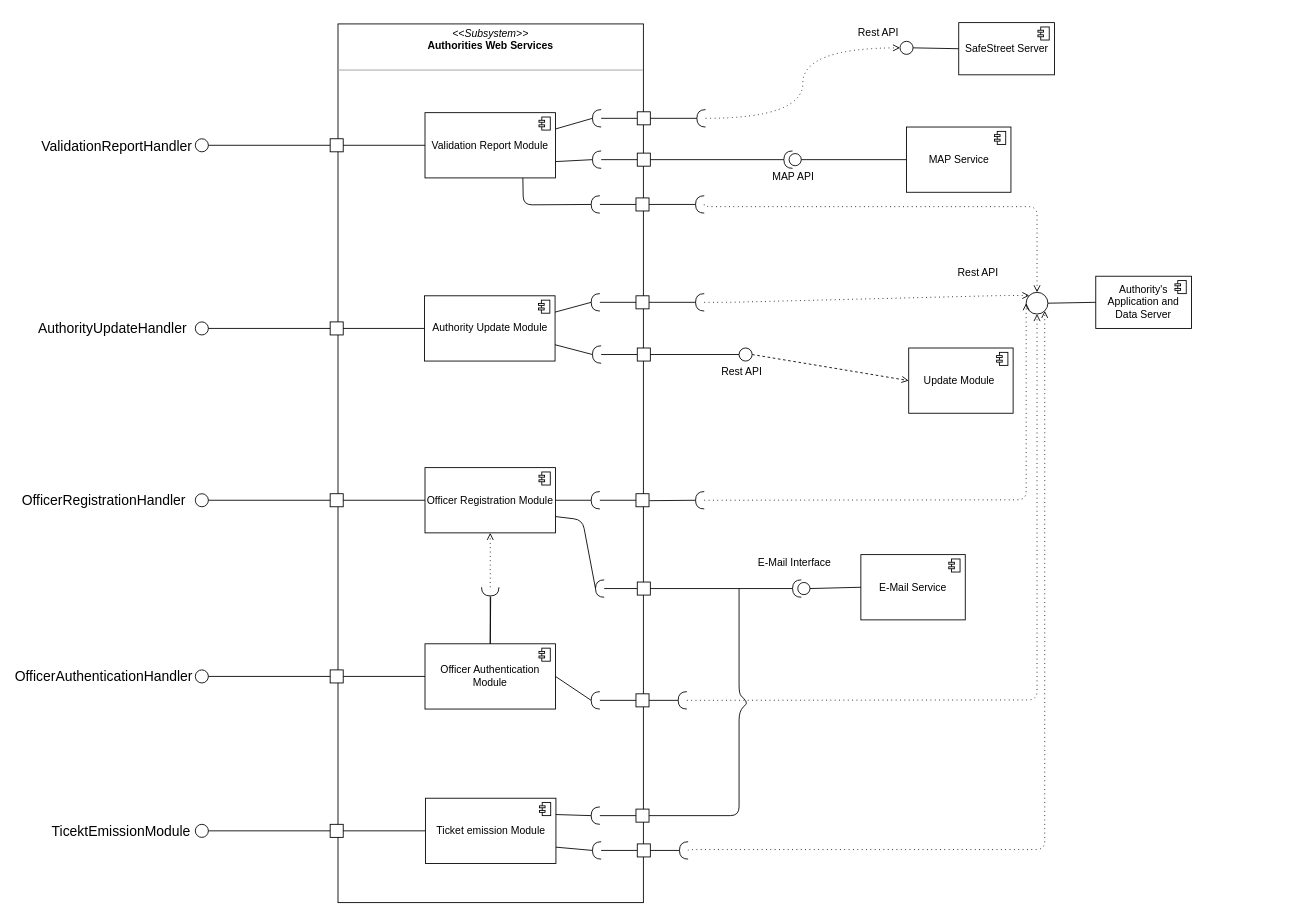
Above: DD/images/Drawio/AuthoritiesServicesProjection.drawio in marcuz1996/Software-Engineering-Project (draw.io), before the change. Source tidied: cells renumbered, new cells numbered last; positions are measured from the earlier drawing's top-left corner, leaving out a move shared by most shapes. Both pictures are drawn from the tidied source at 87%, with x=0, y=0 at pixel (56, 22).
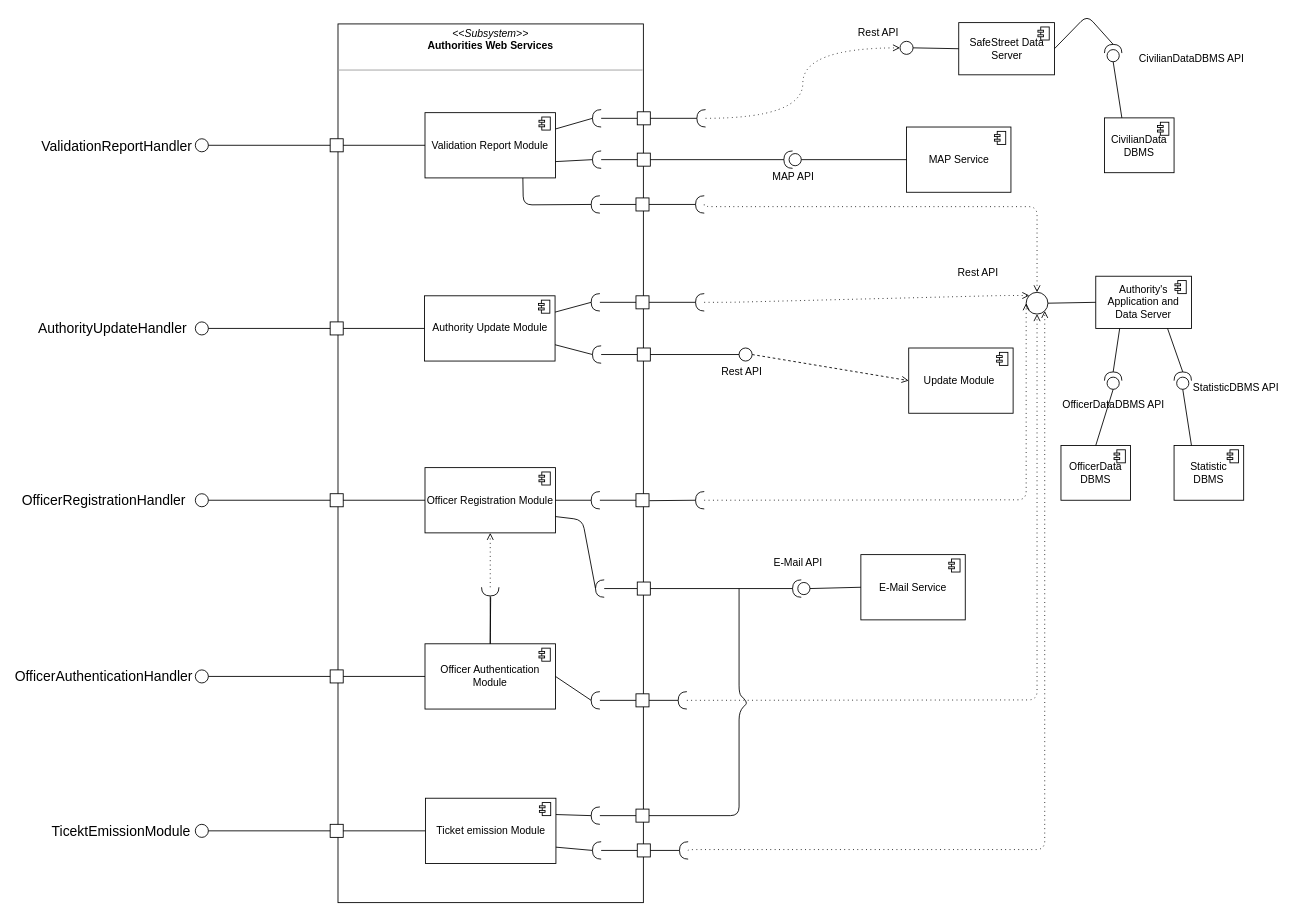
The same diagram, later.

Unchanged cells that the change refers to:
```xml
<mxCell id="19" value="Authority's Application and Data Server" style="html=1;outlineConnect=0;whiteSpace=wrap;shape=mxgraph.archimate3.application;appType=comp;archiType=square;" parent="1" vertex="1">
  <mxGeometry x="1195" y="292" width="110" height="60" as="geometry" />
</mxCell>
```

The edit, as a diff of the source:
```diff
@@
-    <mxCell id="84" value="SafeStreet Server" style="html=1;outlineConnect=0;whiteSpace=wrap;shape=mxgraph.archimate3.application;appType=comp;archiType=square;" parent="1" vertex="1">
+    <mxCell id="84" value="SafeStreet Data Server" style="html=1;outlineConnect=0;whiteSpace=wrap;shape=mxgraph.archimate3.application;appType=comp;archiType=square;" parent="1" vertex="1">
       <mxGeometry x="1037.5" y="0.5" width="110" height="60" as="geometry" />
     </mxCell>
@@
-    <mxCell id="94" value="&lt;span style=&quot;text-align: center&quot;&gt;E-Mail Interface&lt;/span&gt;" style="text;html=1;align=left;verticalAlign=top;spacingTop=-4;" parent="1" vertex="1">
-      <mxGeometry x="805" y="612" width="100" height="20" as="geometry" />
+    <mxCell id="94" value="&lt;span style=&quot;text-align: center&quot;&gt;E-Mail API&lt;/span&gt;" style="text;html=1;align=left;verticalAlign=top;spacingTop=-4;" parent="1" vertex="1">
+      <mxGeometry x="822.5" y="612" width="70" height="20" as="geometry" />
     </mxCell>
@@
+    <mxCell id="118" style="shape=providedRequiredInterface;html=1;verticalLabelPosition=bottom;direction=north;" parent="1" vertex="1">
+      <mxGeometry x="1285" y="402" width="20" height="20" as="geometry" />
+    </mxCell>
+    <mxCell id="119" style="shape=providedRequiredInterface;html=1;verticalLabelPosition=bottom;direction=north;" parent="1" vertex="1">
+      <mxGeometry x="1205" y="402" width="20" height="20" as="geometry" />
+    </mxCell>
+    <mxCell id="120" style="endArrow=none;html=1;exitX=1;exitY=0.5;exitDx=0;exitDy=0;exitPerimeter=0;entryX=0.25;entryY=1;entryDx=0;entryDy=0;entryPerimeter=0;" parent="1" edge="1" source="119" target="19">
+      <mxGeometry relative="1" as="geometry" />
+    </mxCell>
+    <mxCell id="121" style="endArrow=none;html=1;exitX=1;exitY=0.5;exitDx=0;exitDy=0;exitPerimeter=0;entryX=0.75;entryY=1;entryDx=0;entryDy=0;entryPerimeter=0;" parent="1" edge="1" source="118" target="19">
+      <mxGeometry relative="1" as="geometry" />
+    </mxCell>
+    <mxCell id="122" value="OfficerData DBMS" style="html=1;outlineConnect=0;whiteSpace=wrap;shape=mxgraph.archimate3.application;appType=comp;archiType=square;" parent="1" vertex="1">
+      <mxGeometry x="1155" y="486.5" width="80" height="63" as="geometry" />
+    </mxCell>
+    <mxCell id="123" value="Statistic DBMS" style="html=1;outlineConnect=0;whiteSpace=wrap;shape=mxgraph.archimate3.application;appType=comp;archiType=square;" parent="1" vertex="1">
+      <mxGeometry x="1285" y="486.5" width="80" height="63" as="geometry" />
+    </mxCell>
+    <mxCell id="124" style="endArrow=none;html=1;exitX=0.5;exitY=0;exitDx=0;exitDy=0;exitPerimeter=0;entryX=0;entryY=0.5;entryDx=0;entryDy=0;entryPerimeter=0;" parent="1" edge="1" source="122" target="119">
+      <mxGeometry relative="1" as="geometry" />
+    </mxCell>
+    <mxCell id="125" style="endArrow=none;html=1;exitX=0.25;exitY=0;exitDx=0;exitDy=0;exitPerimeter=0;entryX=0;entryY=0.5;entryDx=0;entryDy=0;entryPerimeter=0;" parent="1" edge="1" source="123" target="118">
+      <mxGeometry relative="1" as="geometry" />
+    </mxCell>
+    <mxCell id="126" value="StatisticDBMS API" style="text;html=1;align=left;verticalAlign=top;spacingTop=-4;" parent="1" vertex="1">
+      <mxGeometry x="1305" y="409.5" width="110" height="20" as="geometry" />
+    </mxCell>
+    <mxCell id="127" value="OfficerDataDBMS API" style="text;html=1;align=left;verticalAlign=top;spacingTop=-4;" parent="1" vertex="1">
+      <mxGeometry x="1155" y="429.5" width="130" height="20" as="geometry" />
+    </mxCell>
+    <mxCell id="128" style="shape=providedRequiredInterface;html=1;verticalLabelPosition=bottom;direction=north;" parent="1" vertex="1">
+      <mxGeometry x="1205" y="25.5" width="20" height="20" as="geometry" />
+    </mxCell>
+    <mxCell id="129" value="CivilianData DBMS" style="html=1;outlineConnect=0;whiteSpace=wrap;shape=mxgraph.archimate3.application;appType=comp;archiType=square;" parent="1" vertex="1">
+      <mxGeometry x="1205" y="110" width="80" height="63" as="geometry" />
+    </mxCell>
+    <mxCell id="130" style="endArrow=none;html=1;exitX=0.25;exitY=0;exitDx=0;exitDy=0;exitPerimeter=0;entryX=0;entryY=0.5;entryDx=0;entryDy=0;entryPerimeter=0;" parent="1" edge="1" source="129" target="128">
+      <mxGeometry relative="1" as="geometry" />
+    </mxCell>
+    <mxCell id="131" style="endArrow=none;html=1;exitX=1;exitY=0.5;exitDx=0;exitDy=0;exitPerimeter=0;entryX=1;entryY=0.5;entryDx=0;entryDy=0;entryPerimeter=0;" parent="1" edge="1" source="128" target="84">
+      <mxGeometry relative="1" as="geometry">
+        <Array as="points">
+          <mxPoint x="1185" y="-8" />
+        </Array>
+      </mxGeometry>
+    </mxCell>
+    <mxCell id="132" value="CivilianDataDBMS API" style="text;html=1;align=left;verticalAlign=top;spacingTop=-4;" parent="1" vertex="1">
+      <mxGeometry x="1243" y="32" width="140" height="20" as="geometry" />
+    </mxCell>
```
